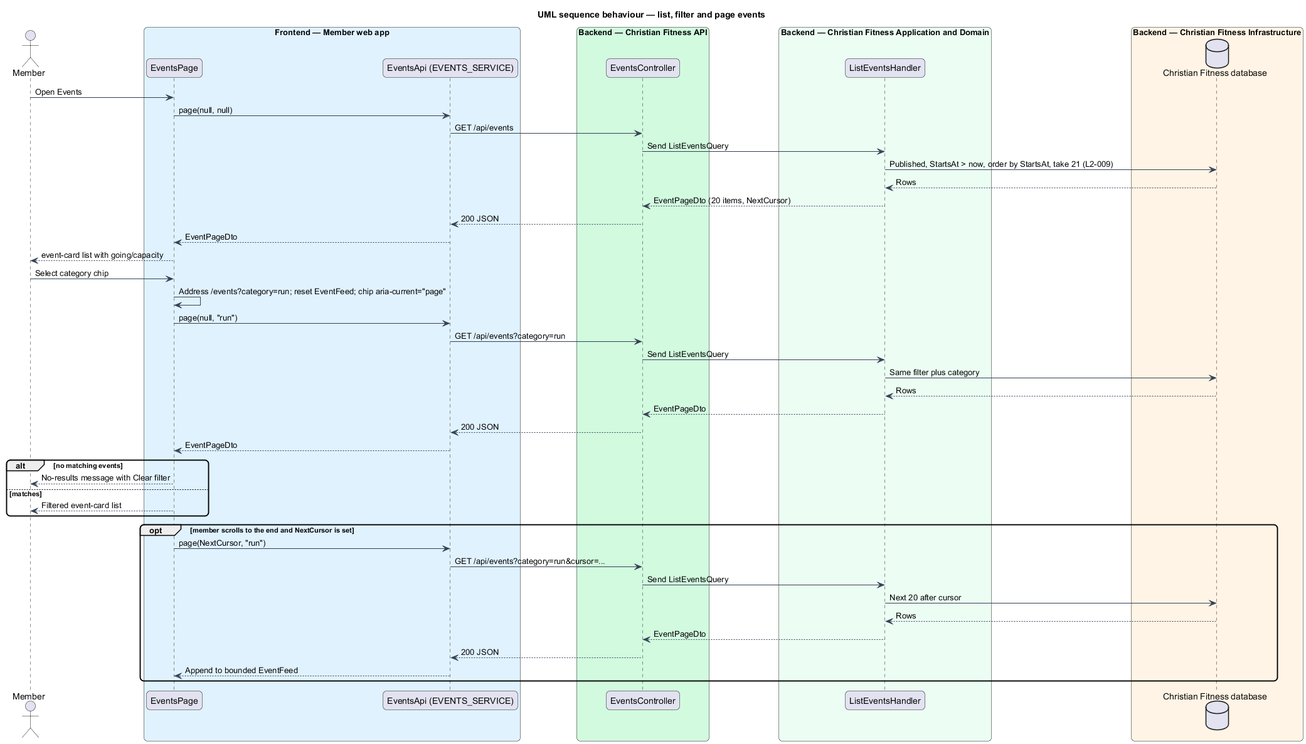
This is docs/detailed-designs/events/browse-events/diagrams/sequence-list.png from QuinntyneBrown/christian-fitness, a PlantUML export, as it was before one commit. The source it was exported from:
```plantuml
@startuml
title UML sequence behaviour — list, filter and page events
skinparam backgroundColor #FFFFFF
skinparam shadowing false
skinparam roundcorner 12
skinparam defaultFontName Arial
skinparam ArrowColor #344054
actor "Member" as actor
box "Frontend — Member web app" #E0F2FE
  participant "EventsPage" as page
  participant "EventsApi (EVENTS_SERVICE)" as client
end box
box "Backend — Christian Fitness API" #D1FADF
  participant "EventsController" as ctrl
end box
box "Backend — Christian Fitness Application and Domain" #ECFDF3
  participant "ListEventsHandler" as h
end box
box "Backend — Christian Fitness Infrastructure" #FFF4E5
  database "Christian Fitness database" as db
end box
actor -> page : Open Events
page -> client : page(null, null)
client -> ctrl : GET /api/events
ctrl -> h : Send ListEventsQuery
h -> db : Published, StartsAt > now, order by StartsAt, take 21 (L2-009)
db --> h : Rows
h --> ctrl : EventPageDto (20 items, NextCursor)
ctrl --> client : 200 JSON
client --> page : EventPageDto
page --> actor : event-card list with going/capacity
actor -> page : Select category chip
page -> page : Address /events?category=run; reset EventFeed; chip aria-current="page"
page -> client : page(null, "run")
client -> ctrl : GET /api/events?category=run
ctrl -> h : Send ListEventsQuery
h -> db : Same filter plus category
db --> h : Rows
h --> ctrl : EventPageDto
ctrl --> client : 200 JSON
client --> page : EventPageDto
alt no matching events
  page --> actor : No-results message with Clear filter
else matches
  page --> actor : Filtered event-card list
end
opt member scrolls to the end and NextCursor is set
  page -> client : page(NextCursor, "run")
  client -> ctrl : GET /api/events?category=run&cursor=...
  ctrl -> h : Send ListEventsQuery
  h -> db : Next 20 after cursor
  db --> h : Rows
  h --> ctrl : EventPageDto
  ctrl --> client : 200 JSON
  client --> page : Append to bounded EventFeed
end
@enduml
```
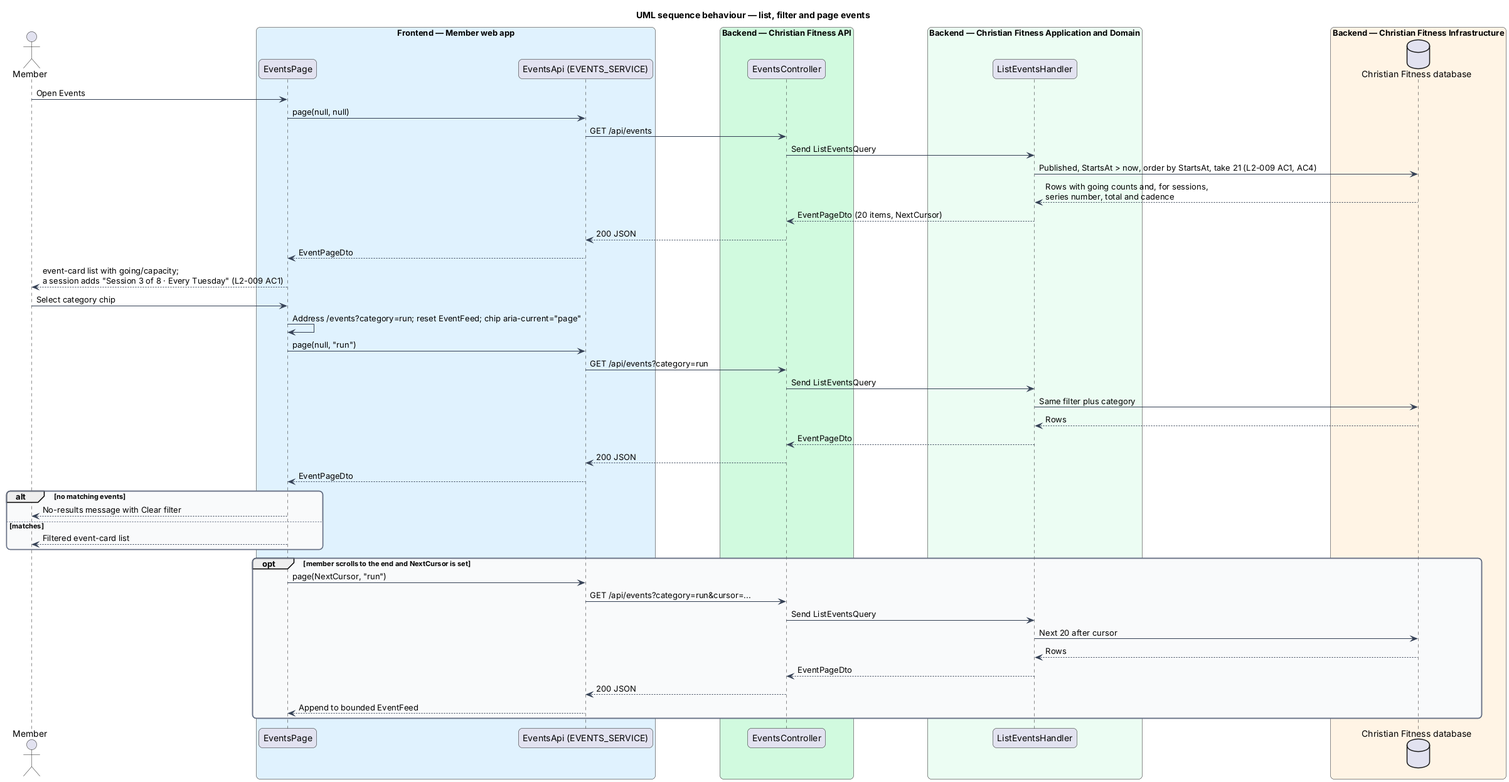
The same diagram one commit later.

Change to the diagram source:
```diff
@@ -5,6 +5,15 @@
 skinparam roundcorner 12
 skinparam defaultFontName Arial
 skinparam ArrowColor #344054
+skinparam rectangle {
+  BorderColor #344054
+  FontColor #101828
+}
+skinparam package {
+  BorderColor #667085
+  FontColor #101828
+  BackgroundColor #F9FAFB
+}
 actor "Member" as actor
 box "Frontend — Member web app" #E0F2FE
   participant "EventsPage" as page
@@ -23,12 +32,12 @@
 page -> client : page(null, null)
 client -> ctrl : GET /api/events
 ctrl -> h : Send ListEventsQuery
-h -> db : Published, StartsAt > now, order by StartsAt, take 21 (L2-009)
-db --> h : Rows
+h -> db : Published, StartsAt > now, order by StartsAt, take 21 (L2-009 AC1, AC4)
+db --> h : Rows with going counts and, for sessions,\nseries number, total and cadence
 h --> ctrl : EventPageDto (20 items, NextCursor)
 ctrl --> client : 200 JSON
 client --> page : EventPageDto
-page --> actor : event-card list with going/capacity
+page --> actor : event-card list with going/capacity;\na session adds "Session 3 of 8 · Every Tuesday" (L2-009 AC1)
 actor -> page : Select category chip
 page -> page : Address /events?category=run; reset EventFeed; chip aria-current="page"
 page -> client : page(null, "run")
```
